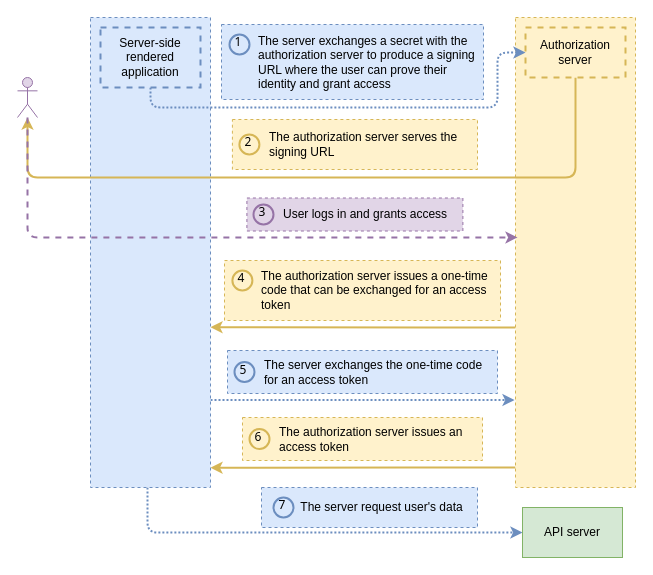
The draw.io diagram page "7.6" (6 of 14) of ch07.drawio in abunuwas/api-sec-book-imgs, before the edit. Source tidied: cells renumbered, new cells numbered last; positions are measured from the earlier drawing's top-left corner, leaving out a move shared by most shapes. Both pictures are drawn from the tidied source at 100%, with x=0, y=0 at pixel (17, 17).
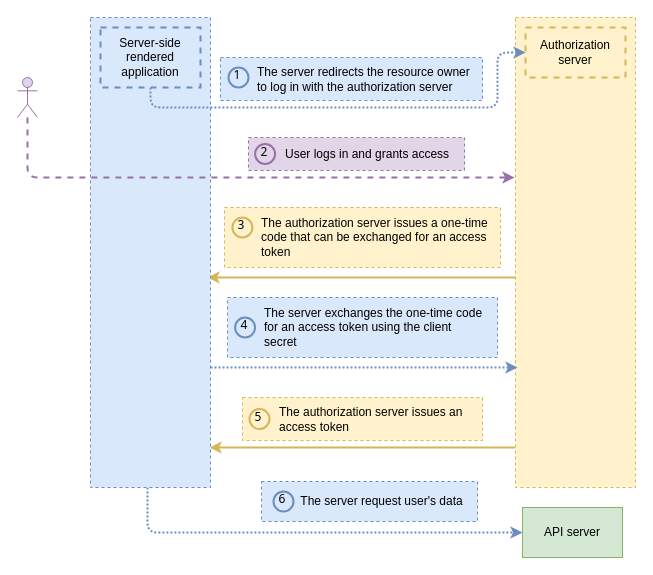
After the change.

The change refers to these unchanged cells:
```xml
<mxCell id="4" style="rounded=0;whiteSpace=wrap;html=1;strokeColor=#d6b656;dashed=1;fillColor=#fff2cc;" parent="1" vertex="1">
  <mxGeometry x="498" width="120" height="470" as="geometry" />
</mxCell>
<mxCell id="7" style="rounded=0;whiteSpace=wrap;html=1;strokeColor=#6c8ebf;dashed=1;fillColor=#dae8fc;" parent="1" vertex="1">
  <mxGeometry x="73" width="120" height="470" as="geometry" />
</mxCell>
<mxCell id="9" value="Authorization server" style="rounded=0;whiteSpace=wrap;html=1;dashed=1;fillColor=#fff2cc;strokeColor=#d6b656;strokeWidth=2;" parent="1" vertex="1">
  <mxGeometry x="508" y="10" width="100" height="50" as="geometry" />
</mxCell>
<mxCell id="17" style="shape=umlActor;verticalLabelPosition=bottom;verticalAlign=top;html=1;outlineConnect=0;strokeColor=#9673a6;strokeWidth=1;fillColor=#e1d5e7;" parent="1" vertex="1">
  <mxGeometry y="60" width="20" height="40" as="geometry" />
</mxCell>
```

Diff of the diagram source:
```diff
@@
-    <mxCell id="2" style="edgeStyle=orthogonalEdgeStyle;rounded=1;jettySize=auto;html=1;entryX=1;entryY=0.659;entryDx=0;entryDy=0;entryPerimeter=0;strokeColor=#d6b656;strokeWidth=2;fillColor=#fff2cc;" parent="1" edge="1" source="4" target="7">
+    <mxCell id="2" style="edgeStyle=orthogonalEdgeStyle;rounded=1;jettySize=auto;html=1;strokeColor=#d6b656;strokeWidth=2;fillColor=#fff2cc;" parent="1" edge="1" source="4">
       <mxGeometry relative="1" as="geometry">
+        <mxPoint x="190" y="260" as="targetPoint" />
         <Array as="points">
-          <mxPoint x="420" y="310" />
-          <mxPoint x="420" y="310" />
+          <mxPoint x="340" y="260" />
+          <mxPoint x="340" y="260" />
         </Array>
       </mxGeometry>
     </mxCell>
-    <mxCell id="3" style="edgeStyle=orthogonalEdgeStyle;rounded=1;jettySize=auto;html=1;entryX=1;entryY=0.958;entryDx=0;entryDy=0;entryPerimeter=0;strokeColor=#d6b656;strokeWidth=2;fillColor=#fff2cc;" parent="1" edge="1" source="4" target="7">
+    <mxCell id="3" style="edgeStyle=orthogonalEdgeStyle;rounded=1;jettySize=auto;html=1;entryX=0.992;entryY=0.915;entryDx=0;entryDy=0;entryPerimeter=0;strokeColor=#d6b656;strokeWidth=2;fillColor=#fff2cc;" parent="1" edge="1" source="4" target="7">
       <mxGeometry relative="1" as="geometry">
         <Array as="points">
-          <mxPoint x="400" y="450" />
-          <mxPoint x="400" y="450" />
+          <mxPoint x="340" y="430" />
+          <mxPoint x="340" y="430" />
         </Array>
       </mxGeometry>
     </mxCell>
@@
-    <mxCell id="6" style="edgeStyle=orthogonalEdgeStyle;rounded=1;jettySize=auto;html=1;entryX=-0.008;entryY=0.814;entryDx=0;entryDy=0;entryPerimeter=0;strokeColor=#6c8ebf;strokeWidth=2;fillColor=#dae8fc;dashed=1;dashPattern=1 1;" parent="1" edge="1" source="7" target="4">
+    <mxCell id="6" style="edgeStyle=orthogonalEdgeStyle;rounded=1;orthogonalLoop=1;jettySize=auto;html=1;strokeColor=#6c8ebf;strokeWidth=2;fillColor=#dae8fc;dashed=1;dashPattern=1 1;" parent="1" edge="1">
       <mxGeometry relative="1" as="geometry">
+        <mxPoint x="193" y="350" as="sourcePoint" />
+        <mxPoint x="500" y="350" as="targetPoint" />
         <Array as="points">
-          <mxPoint x="345" y="383" />
+          <mxPoint x="420" y="350" />
+          <mxPoint x="420" y="350" />
         </Array>
       </mxGeometry>
     </mxCell>
@@
-    <mxCell id="8" style="edgeStyle=orthogonalEdgeStyle;rounded=1;jettySize=auto;html=1;strokeColor=#d6b656;strokeWidth=2;fillColor=#fff2cc;" parent="1" edge="1" source="9" target="17">
-      <mxGeometry relative="1" as="geometry">
-        <Array as="points">
-          <mxPoint x="558" y="160" />
-          <mxPoint x="10" y="160" />
-        </Array>
-      </mxGeometry>
-    </mxCell>
@@
-    <mxCell id="11" value="&lt;span style=&quot;&quot;&gt;The server exchanges a secret with the authorization server to produce a signing URL where the user can prove their identity and grant access&lt;/span&gt;" style="text;html=1;strokeColor=#6c8ebf;fillColor=#dae8fc;align=left;verticalAlign=middle;whiteSpace=wrap;rounded=0;dashed=1;spacingLeft=35;" parent="1" vertex="1">
-      <mxGeometry x="204" y="7" width="262" height="75" as="geometry" />
+    <mxCell id="11" value="&lt;span style=&quot;&quot;&gt;The server redirects the resource owner to log in with the authorization server&lt;/span&gt;" style="text;html=1;strokeColor=#6c8ebf;fillColor=#dae8fc;align=left;verticalAlign=middle;whiteSpace=wrap;rounded=0;dashed=1;spacingLeft=35;" parent="1" vertex="1">
+      <mxGeometry x="203" y="40" width="262" height="43" as="geometry" />
     </mxCell>
     <mxCell id="12" value="1" style="ellipse;whiteSpace=wrap;html=1;strokeWidth=2;fontFamily=Tahoma;spacingBottom=4;spacingRight=2;strokeColor=#6c8ebf;fillColor=#dae8fc;" parent="1" vertex="1">
-      <mxGeometry x="212" y="17" width="20" height="20" as="geometry" />
+      <mxGeometry x="211" y="50" width="20" height="20" as="geometry" />
     </mxCell>
-    <mxCell id="13" value="&lt;span style=&quot;text-align: center;&quot;&gt;The authorization server serves the signing URL&lt;/span&gt;" style="text;html=1;strokeColor=#d6b656;fillColor=#fff2cc;align=left;verticalAlign=middle;whiteSpace=wrap;rounded=0;dashed=1;spacingLeft=35;spacingRight=10;" parent="1" vertex="1">
-      <mxGeometry x="214.9" y="102" width="245.1" height="50" as="geometry" />
-    </mxCell>
-    <mxCell id="14" value="2" style="ellipse;whiteSpace=wrap;html=1;strokeWidth=2;fontFamily=Tahoma;spacingBottom=4;spacingRight=2;strokeColor=#d6b656;fillColor=#fff2cc;" parent="1" vertex="1">
-      <mxGeometry x="221.9" y="117" width="20" height="20" as="geometry" />
-    </mxCell>
     <mxCell id="15" value="The server request user's data" style="text;html=1;strokeColor=#6c8ebf;fillColor=#dae8fc;align=center;verticalAlign=middle;whiteSpace=wrap;rounded=0;dashed=1;spacingLeft=25;" parent="1" vertex="1">
-      <mxGeometry x="244" y="470" width="216" height="40" as="geometry" />
+      <mxGeometry x="244" y="464" width="216" height="40" as="geometry" />
     </mxCell>
-    <mxCell id="16" style="edgeStyle=orthogonalEdgeStyle;rounded=1;jettySize=auto;html=1;entryX=0.017;entryY=0.468;entryDx=0;entryDy=0;entryPerimeter=0;strokeColor=#9673a6;strokeWidth=2;fillColor=#e1d5e7;dashed=1;" parent="1" edge="1" source="17" target="4">
+    <mxCell id="16" style="edgeStyle=orthogonalEdgeStyle;rounded=1;jettySize=auto;html=1;strokeColor=#9673a6;strokeWidth=2;fillColor=#e1d5e7;dashed=1;" parent="1" edge="1" source="17">
       <mxGeometry relative="1" as="geometry">
+        <mxPoint x="497" y="160" as="targetPoint" />
         <Array as="points">
-          <mxPoint x="10" y="220" />
+          <mxPoint x="10" y="160" />
         </Array>
       </mxGeometry>
     </mxCell>
@@
     <mxCell id="18" value="&lt;span style=&quot;&quot;&gt;User logs in and grants access&lt;/span&gt;" style="text;html=1;strokeColor=#9673a6;fillColor=#e1d5e7;align=left;verticalAlign=middle;whiteSpace=wrap;rounded=0;dashed=1;spacingLeft=35;spacingRight=10;" parent="1" vertex="1">
-      <mxGeometry x="229.4" y="180.5" width="216" height="33" as="geometry" />
+      <mxGeometry x="231" y="120" width="216" height="33" as="geometry" />
     </mxCell>
     <mxCell id="19" value="&lt;span style=&quot;&quot;&gt;The authorization server issues a one-time code that can be exchanged for an access token&lt;/span&gt;" style="text;html=1;strokeColor=#d6b656;fillColor=#fff2cc;align=left;verticalAlign=middle;whiteSpace=wrap;rounded=0;dashed=1;spacingLeft=35;spacingRight=10;" parent="1" vertex="1">
-      <mxGeometry x="207" y="243" width="276" height="60" as="geometry" />
+      <mxGeometry x="207" y="190" width="276" height="60" as="geometry" />
     </mxCell>
-    <mxCell id="20" value="&lt;span style=&quot;&quot;&gt;The server exchanges the one-time code for an access token&lt;/span&gt;" style="text;html=1;strokeColor=#6c8ebf;fillColor=#dae8fc;align=left;verticalAlign=middle;whiteSpace=wrap;rounded=0;dashed=1;spacingLeft=35;spacingRight=10;" parent="1" vertex="1">
-      <mxGeometry x="210" y="333" width="270" height="43" as="geometry" />
+    <mxCell id="20" value="&lt;span style=&quot;&quot;&gt;The server exchanges the one-time code for an access token using the client secret&lt;/span&gt;" style="text;html=1;strokeColor=#6c8ebf;fillColor=#dae8fc;align=left;verticalAlign=middle;whiteSpace=wrap;rounded=0;dashed=1;spacingLeft=35;spacingRight=10;" parent="1" vertex="1">
+      <mxGeometry x="210" y="280" width="270" height="60" as="geometry" />
     </mxCell>
     <mxCell id="21" value="&lt;span style=&quot;&quot;&gt;The authorization server issues an access token&lt;/span&gt;" style="text;html=1;strokeColor=#d6b656;fillColor=#fff2cc;align=left;verticalAlign=middle;whiteSpace=wrap;rounded=0;dashed=1;spacingLeft=35;spacingRight=10;" parent="1" vertex="1">
-      <mxGeometry x="225" y="400" width="240" height="43" as="geometry" />
+      <mxGeometry x="225" y="380" width="240" height="43" as="geometry" />
     </mxCell>
@@
-    <mxCell id="24" value="3" style="ellipse;whiteSpace=wrap;html=1;strokeWidth=2;fontFamily=Tahoma;spacingBottom=4;spacingRight=2;strokeColor=#9673a6;fillColor=#e1d5e7;" parent="1" vertex="1">
-      <mxGeometry x="236" y="187" width="20" height="20" as="geometry" />
+    <mxCell id="24" value="2" style="ellipse;whiteSpace=wrap;html=1;strokeWidth=2;fontFamily=Tahoma;spacingBottom=4;spacingRight=2;strokeColor=#9673a6;fillColor=#e1d5e7;" parent="1" vertex="1">
+      <mxGeometry x="237.6" y="126.5" width="20" height="20" as="geometry" />
     </mxCell>
-    <mxCell id="25" value="4" style="ellipse;whiteSpace=wrap;html=1;strokeWidth=2;fontFamily=Tahoma;spacingBottom=4;spacingRight=2;strokeColor=#d6b656;fillColor=#fff2cc;" parent="1" vertex="1">
-      <mxGeometry x="214.9" y="253" width="20" height="20" as="geometry" />
+    <mxCell id="25" value="3" style="ellipse;whiteSpace=wrap;html=1;strokeWidth=2;fontFamily=Tahoma;spacingBottom=4;spacingRight=2;strokeColor=#d6b656;fillColor=#fff2cc;" parent="1" vertex="1">
+      <mxGeometry x="214.9" y="200" width="20" height="20" as="geometry" />
     </mxCell>
-    <mxCell id="26" value="5" style="ellipse;whiteSpace=wrap;html=1;strokeWidth=2;fontFamily=Tahoma;spacingBottom=4;spacingRight=2;strokeColor=#6c8ebf;fillColor=#dae8fc;" parent="1" vertex="1">
-      <mxGeometry x="217" y="344.5" width="20" height="20" as="geometry" />
+    <mxCell id="26" value="4" style="ellipse;whiteSpace=wrap;html=1;strokeWidth=2;fontFamily=Tahoma;spacingBottom=4;spacingRight=2;strokeColor=#6c8ebf;fillColor=#dae8fc;" parent="1" vertex="1">
+      <mxGeometry x="217.6" y="300" width="20" height="20" as="geometry" />
     </mxCell>
-    <mxCell id="27" value="6" style="ellipse;whiteSpace=wrap;html=1;strokeWidth=2;fontFamily=Tahoma;spacingBottom=4;spacingRight=2;strokeColor=#d6b656;fillColor=#fff2cc;" parent="1" vertex="1">
-      <mxGeometry x="232" y="411.5" width="20" height="20" as="geometry" />
+    <mxCell id="27" value="5" style="ellipse;whiteSpace=wrap;html=1;strokeWidth=2;fontFamily=Tahoma;spacingBottom=4;spacingRight=2;strokeColor=#d6b656;fillColor=#fff2cc;" parent="1" vertex="1">
+      <mxGeometry x="232" y="391.5" width="20" height="20" as="geometry" />
     </mxCell>
-    <mxCell id="28" value="7" style="ellipse;whiteSpace=wrap;html=1;strokeWidth=2;fontFamily=Tahoma;spacingBottom=4;spacingRight=2;strokeColor=#6c8ebf;fillColor=#dae8fc;" parent="1" vertex="1">
-      <mxGeometry x="256" y="480" width="20" height="20" as="geometry" />
+    <mxCell id="28" value="6" style="ellipse;whiteSpace=wrap;html=1;strokeWidth=2;fontFamily=Tahoma;spacingBottom=4;spacingRight=2;strokeColor=#6c8ebf;fillColor=#dae8fc;" parent="1" vertex="1">
+      <mxGeometry x="256" y="474" width="20" height="20" as="geometry" />
     </mxCell>
```
